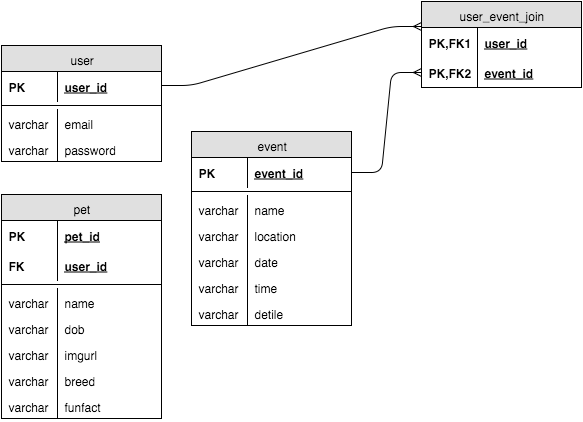
Before: Proposal/GA_Project2_ERD.png, a diagram exported from draw.io (AuvEmma/Emma-wdi-project2). Source tidied: cells renumbered, new cells last; positions are measured from the earlier drawing's top-left corner, leaving out a move shared by most shapes.
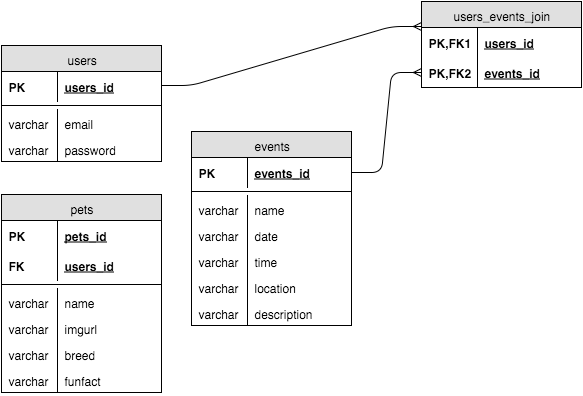
After the commit.

Diff of the diagram source:
```diff
@@ -2,10 +2,10 @@
   <root>
     <mxCell id="0" />
     <mxCell id="1" parent="0" />
-    <mxCell id="2" value="user" style="swimlane;html=1;fontStyle=0;horizontal=1;startSize=26;fillColor=#e0e0e0;swimlaneFillColor=#ffffff;" parent="1" vertex="1">
+    <mxCell id="2" value="users" style="swimlane;html=1;fontStyle=0;horizontal=1;startSize=26;fillColor=#e0e0e0;swimlaneFillColor=#ffffff;" parent="1" vertex="1">
       <mxGeometry y="44" width="160" height="116" as="geometry" />
     </mxCell>
-    <mxCell id="3" value="user_id" style="shape=partialRectangle;top=0;left=0;right=0;bottom=0;html=1;align=left;verticalAlign=middle;fillColor=none;spacingLeft=60;spacingRight=4;whiteSpace=wrap;overflow=hidden;fontStyle=5;" parent="2" vertex="1">
+    <mxCell id="3" value="users_id" style="shape=partialRectangle;top=0;left=0;right=0;bottom=0;html=1;align=left;verticalAlign=middle;fillColor=none;spacingLeft=60;spacingRight=4;whiteSpace=wrap;overflow=hidden;fontStyle=5;" parent="2" vertex="1">
       <mxGeometry y="26" width="160" height="30" as="geometry" />
     </mxCell>
     <mxCell id="4" value="PK" style="shape=partialRectangle;fontStyle=1;top=0;left=0;bottom=0;html=1;fillColor=none;align=left;verticalAlign=middle;spacingLeft=4;spacingRight=4;whiteSpace=wrap;overflow=hidden;" parent="3" vertex="1">
@@ -26,16 +26,16 @@
     <mxCell id="9" value="varchar" style="shape=partialRectangle;top=0;left=0;bottom=0;html=1;fillColor=none;align=left;verticalAlign=top;spacingLeft=4;spacingRight=4;whiteSpace=wrap;overflow=hidden;" parent="8" vertex="1">
       <mxGeometry width="56" height="26" as="geometry" />
     </mxCell>
-    <mxCell id="10" value="pet" style="swimlane;html=1;fontStyle=0;horizontal=1;startSize=26;fillColor=#e0e0e0;swimlaneFillColor=#ffffff;" parent="1" vertex="1">
-      <mxGeometry y="193" width="160" height="224" as="geometry" />
+    <mxCell id="10" value="pets" style="swimlane;html=1;fontStyle=0;horizontal=1;startSize=26;fillColor=#e0e0e0;swimlaneFillColor=#ffffff;" parent="1" vertex="1">
+      <mxGeometry y="193" width="160" height="198" as="geometry" />
     </mxCell>
-    <mxCell id="11" value="pet_id" style="shape=partialRectangle;top=0;left=0;right=0;bottom=0;html=1;align=left;verticalAlign=middle;fillColor=none;spacingLeft=60;spacingRight=4;whiteSpace=wrap;overflow=hidden;fontStyle=5;" parent="10" vertex="1">
+    <mxCell id="11" value="pets_id" style="shape=partialRectangle;top=0;left=0;right=0;bottom=0;html=1;align=left;verticalAlign=middle;fillColor=none;spacingLeft=60;spacingRight=4;whiteSpace=wrap;overflow=hidden;fontStyle=5;" parent="10" vertex="1">
       <mxGeometry y="26" width="160" height="30" as="geometry" />
     </mxCell>
     <mxCell id="12" value="PK" style="shape=partialRectangle;fontStyle=1;top=0;left=0;bottom=0;html=1;fillColor=none;align=left;verticalAlign=middle;spacingLeft=4;spacingRight=4;whiteSpace=wrap;overflow=hidden;" parent="11" vertex="1">
       <mxGeometry width="56" height="30" as="geometry" />
     </mxCell>
-    <mxCell id="13" value="user_id" style="shape=partialRectangle;top=0;left=0;right=0;bottom=0;html=1;align=left;verticalAlign=middle;fillColor=none;spacingLeft=60;spacingRight=4;whiteSpace=wrap;overflow=hidden;fontStyle=5;" parent="10" vertex="1">
+    <mxCell id="13" value="users_id" style="shape=partialRectangle;top=0;left=0;right=0;bottom=0;html=1;align=left;verticalAlign=middle;fillColor=none;spacingLeft=60;spacingRight=4;whiteSpace=wrap;overflow=hidden;fontStyle=5;" parent="10" vertex="1">
       <mxGeometry y="56" width="160" height="30" as="geometry" />
     </mxCell>
     <mxCell id="14" value="FK" style="shape=partialRectangle;fontStyle=1;top=0;left=0;bottom=0;html=1;fillColor=none;align=left;verticalAlign=middle;spacingLeft=4;spacingRight=4;whiteSpace=wrap;overflow=hidden;" parent="13" vertex="1">
@@ -50,34 +50,28 @@
     <mxCell id="17" value="varchar" style="shape=partialRectangle;top=0;left=0;bottom=0;html=1;fillColor=none;align=left;verticalAlign=top;spacingLeft=4;spacingRight=4;whiteSpace=wrap;overflow=hidden;" parent="16" vertex="1">
       <mxGeometry width="56" height="26" as="geometry" />
     </mxCell>
-    <mxCell id="18" value="dob" style="shape=partialRectangle;top=0;left=0;right=0;bottom=0;html=1;align=left;verticalAlign=top;fillColor=none;spacingLeft=60;spacingRight=4;whiteSpace=wrap;overflow=hidden;" parent="10" vertex="1">
-      <mxGeometry y="120" width="160" height="26" as="geometry" />
-    </mxCell>
-    <mxCell id="19" value="varchar" style="shape=partialRectangle;top=0;left=0;bottom=0;html=1;fillColor=none;align=left;verticalAlign=top;spacingLeft=4;spacingRight=4;whiteSpace=wrap;overflow=hidden;" parent="18" vertex="1">
-      <mxGeometry width="56" height="26" as="geometry" />
-    </mxCell>
     <mxCell id="20" value="imgurl" style="shape=partialRectangle;top=0;left=0;right=0;bottom=0;html=1;align=left;verticalAlign=top;fillColor=none;spacingLeft=60;spacingRight=4;whiteSpace=wrap;overflow=hidden;" parent="10" vertex="1">
-      <mxGeometry y="146" width="160" height="26" as="geometry" />
+      <mxGeometry y="120" width="160" height="26" as="geometry" />
     </mxCell>
     <mxCell id="21" value="varchar" style="shape=partialRectangle;top=0;left=0;bottom=0;html=1;fillColor=none;align=left;verticalAlign=top;spacingLeft=4;spacingRight=4;whiteSpace=wrap;overflow=hidden;" parent="20" vertex="1">
       <mxGeometry width="56" height="26" as="geometry" />
     </mxCell>
     <mxCell id="22" value="breed" style="shape=partialRectangle;top=0;left=0;right=0;bottom=0;html=1;align=left;verticalAlign=top;fillColor=none;spacingLeft=60;spacingRight=4;whiteSpace=wrap;overflow=hidden;" parent="10" vertex="1">
-      <mxGeometry y="172" width="160" height="26" as="geometry" />
+      <mxGeometry y="146" width="160" height="26" as="geometry" />
     </mxCell>
     <mxCell id="23" value="varchar" style="shape=partialRectangle;top=0;left=0;bottom=0;html=1;fillColor=none;align=left;verticalAlign=top;spacingLeft=4;spacingRight=4;whiteSpace=wrap;overflow=hidden;" parent="22" vertex="1">
       <mxGeometry width="56" height="26" as="geometry" />
     </mxCell>
     <mxCell id="24" value="funfact" style="shape=partialRectangle;top=0;left=0;right=0;bottom=0;html=1;align=left;verticalAlign=top;fillColor=none;spacingLeft=60;spacingRight=4;whiteSpace=wrap;overflow=hidden;" parent="10" vertex="1">
-      <mxGeometry y="198" width="160" height="26" as="geometry" />
+      <mxGeometry y="172" width="160" height="26" as="geometry" />
     </mxCell>
     <mxCell id="25" value="varchar" style="shape=partialRectangle;top=0;left=0;bottom=0;html=1;fillColor=none;align=left;verticalAlign=top;spacingLeft=4;spacingRight=4;whiteSpace=wrap;overflow=hidden;" parent="24" vertex="1">
       <mxGeometry width="56" height="26" as="geometry" />
     </mxCell>
-    <mxCell id="26" value="event" style="swimlane;html=1;fontStyle=0;horizontal=1;startSize=26;fillColor=#e0e0e0;swimlaneFillColor=#ffffff;" parent="1" vertex="1">
+    <mxCell id="26" value="events" style="swimlane;html=1;fontStyle=0;horizontal=1;startSize=26;fillColor=#e0e0e0;swimlaneFillColor=#ffffff;" parent="1" vertex="1">
       <mxGeometry x="190" y="130" width="160" height="194" as="geometry" />
     </mxCell>
-    <mxCell id="27" value="event_id" style="shape=partialRectangle;top=0;left=0;right=0;bottom=0;html=1;align=left;verticalAlign=middle;fillColor=none;spacingLeft=60;spacingRight=4;whiteSpace=wrap;overflow=hidden;points=[[0,0.5],[1,0.5]];portConstraint=eastwest;fontStyle=5;" parent="26" vertex="1">
+    <mxCell id="27" value="events_id" style="shape=partialRectangle;top=0;left=0;right=0;bottom=0;html=1;align=left;verticalAlign=middle;fillColor=none;spacingLeft=60;spacingRight=4;whiteSpace=wrap;overflow=hidden;points=[[0,0.5],[1,0.5]];portConstraint=eastwest;fontStyle=5;" parent="26" vertex="1">
       <mxGeometry y="26" width="160" height="30" as="geometry" />
     </mxCell>
     <mxCell id="28" value="PK" style="shape=partialRectangle;fontStyle=1;top=0;left=0;bottom=0;html=1;fillColor=none;align=left;verticalAlign=middle;spacingLeft=4;spacingRight=4;whiteSpace=wrap;overflow=hidden;" parent="27" vertex="1">
@@ -92,40 +86,40 @@
     <mxCell id="31" value="varchar" style="shape=partialRectangle;top=0;left=0;bottom=0;html=1;fillColor=none;align=left;verticalAlign=top;spacingLeft=4;spacingRight=4;whiteSpace=wrap;overflow=hidden;" parent="30" vertex="1">
       <mxGeometry width="56" height="26" as="geometry" />
     </mxCell>
-    <mxCell id="32" value="location" style="shape=partialRectangle;top=0;left=0;right=0;bottom=0;html=1;align=left;verticalAlign=top;fillColor=none;spacingLeft=60;spacingRight=4;whiteSpace=wrap;overflow=hidden;" parent="26" vertex="1">
-      <mxGeometry y="90" width="160" height="26" as="geometry" />
-    </mxCell>
-    <mxCell id="33" value="varchar" style="shape=partialRectangle;top=0;left=0;bottom=0;html=1;fillColor=none;align=left;verticalAlign=top;spacingLeft=4;spacingRight=4;whiteSpace=wrap;overflow=hidden;" parent="32" vertex="1">
-      <mxGeometry width="56" height="26" as="geometry" />
-    </mxCell>
     <mxCell id="34" value="date" style="shape=partialRectangle;top=0;left=0;right=0;bottom=0;html=1;align=left;verticalAlign=top;fillColor=none;spacingLeft=60;spacingRight=4;whiteSpace=wrap;overflow=hidden;" parent="26" vertex="1">
-      <mxGeometry y="116" width="160" height="26" as="geometry" />
+      <mxGeometry y="90" width="160" height="26" as="geometry" />
     </mxCell>
     <mxCell id="35" value="varchar" style="shape=partialRectangle;top=0;left=0;bottom=0;html=1;fillColor=none;align=left;verticalAlign=top;spacingLeft=4;spacingRight=4;whiteSpace=wrap;overflow=hidden;" parent="34" vertex="1">
       <mxGeometry width="56" height="26" as="geometry" />
     </mxCell>
     <mxCell id="36" value="time" style="shape=partialRectangle;top=0;left=0;right=0;bottom=0;html=1;align=left;verticalAlign=top;fillColor=none;spacingLeft=60;spacingRight=4;whiteSpace=wrap;overflow=hidden;" parent="26" vertex="1">
-      <mxGeometry y="142" width="160" height="26" as="geometry" />
+      <mxGeometry y="116" width="160" height="26" as="geometry" />
     </mxCell>
     <mxCell id="37" value="varchar" style="shape=partialRectangle;top=0;left=0;bottom=0;html=1;fillColor=none;align=left;verticalAlign=top;spacingLeft=4;spacingRight=4;whiteSpace=wrap;overflow=hidden;" parent="36" vertex="1">
       <mxGeometry width="56" height="26" as="geometry" />
     </mxCell>
+    <mxCell id="32" value="location" style="shape=partialRectangle;top=0;left=0;right=0;bottom=0;html=1;align=left;verticalAlign=top;fillColor=none;spacingLeft=60;spacingRight=4;whiteSpace=wrap;overflow=hidden;" parent="26" vertex="1">
+      <mxGeometry y="142" width="160" height="26" as="geometry" />
+    </mxCell>
+    <mxCell id="33" value="varchar" style="shape=partialRectangle;top=0;left=0;bottom=0;html=1;fillColor=none;align=left;verticalAlign=top;spacingLeft=4;spacingRight=4;whiteSpace=wrap;overflow=hidden;" parent="32" vertex="1">
+      <mxGeometry width="56" height="26" as="geometry" />
+    </mxCell>
-    <mxCell id="38" value="detile" style="shape=partialRectangle;top=0;left=0;right=0;bottom=0;html=1;align=left;verticalAlign=top;fillColor=none;spacingLeft=60;spacingRight=4;whiteSpace=wrap;overflow=hidden;" parent="26" vertex="1">
+    <mxCell id="38" value="description" style="shape=partialRectangle;top=0;left=0;right=0;bottom=0;html=1;align=left;verticalAlign=top;fillColor=none;spacingLeft=60;spacingRight=4;whiteSpace=wrap;overflow=hidden;" parent="26" vertex="1">
       <mxGeometry y="168" width="160" height="26" as="geometry" />
     </mxCell>
     <mxCell id="39" value="varchar" style="shape=partialRectangle;top=0;left=0;bottom=0;html=1;fillColor=none;align=left;verticalAlign=top;spacingLeft=4;spacingRight=4;whiteSpace=wrap;overflow=hidden;" parent="38" vertex="1">
       <mxGeometry width="56" height="26" as="geometry" />
     </mxCell>
-    <mxCell id="40" value="user_event_join" style="swimlane;html=1;fontStyle=0;horizontal=1;startSize=26;fillColor=#e0e0e0;swimlaneFillColor=#ffffff;" parent="1" vertex="1">
+    <mxCell id="40" value="users_events_join" style="swimlane;html=1;fontStyle=0;horizontal=1;startSize=26;fillColor=#e0e0e0;swimlaneFillColor=#ffffff;" parent="1" vertex="1">
       <mxGeometry x="420" width="160" height="86" as="geometry" />
     </mxCell>
-    <mxCell id="41" value="user_id" style="shape=partialRectangle;top=0;left=0;right=0;bottom=0;html=1;align=left;verticalAlign=middle;fillColor=none;spacingLeft=60;spacingRight=4;whiteSpace=wrap;overflow=hidden;points=[[0,0.5],[1,0.5]];portConstraint=eastwest;fontStyle=5;" parent="40" vertex="1">
+    <mxCell id="41" value="users_id" style="shape=partialRectangle;top=0;left=0;right=0;bottom=0;html=1;align=left;verticalAlign=middle;fillColor=none;spacingLeft=60;spacingRight=4;whiteSpace=wrap;overflow=hidden;points=[[0,0.5],[1,0.5]];portConstraint=eastwest;fontStyle=5;" parent="40" vertex="1">
       <mxGeometry y="26" width="160" height="30" as="geometry" />
     </mxCell>
     <mxCell id="42" value="PK,FK1" style="shape=partialRectangle;fontStyle=1;top=0;left=0;bottom=0;html=1;fillColor=none;align=left;verticalAlign=middle;spacingLeft=4;spacingRight=4;whiteSpace=wrap;overflow=hidden;" parent="41" vertex="1">
       <mxGeometry width="56" height="30" as="geometry" />
     </mxCell>
-    <mxCell id="43" value="event_id" style="shape=partialRectangle;top=0;left=0;right=0;bottom=1;html=1;align=left;verticalAlign=middle;fillColor=none;spacingLeft=60;spacingRight=4;whiteSpace=wrap;overflow=hidden;points=[[0,0.5],[1,0.5]];portConstraint=eastwest;fontStyle=5;" parent="40" vertex="1">
+    <mxCell id="43" value="events_id" style="shape=partialRectangle;top=0;left=0;right=0;bottom=1;html=1;align=left;verticalAlign=middle;fillColor=none;spacingLeft=60;spacingRight=4;whiteSpace=wrap;overflow=hidden;points=[[0,0.5],[1,0.5]];portConstraint=eastwest;fontStyle=5;" parent="40" vertex="1">
       <mxGeometry y="56" width="160" height="30" as="geometry" />
     </mxCell>
     <mxCell id="44" value="PK,FK2" style="shape=partialRectangle;fontStyle=1;top=0;left=0;bottom=0;html=1;fillColor=none;align=left;verticalAlign=middle;spacingLeft=4;spacingRight=4;whiteSpace=wrap;overflow=hidden;" parent="43" vertex="1">
```
